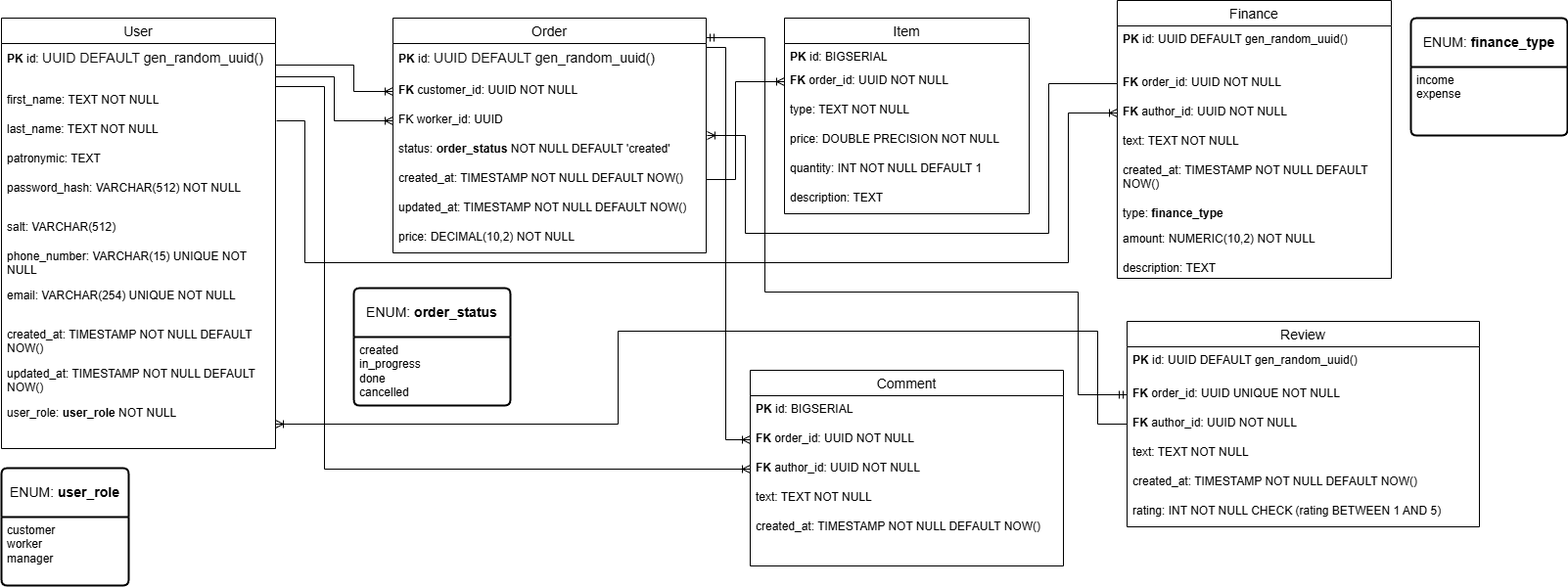
moevm/nsql1h26-tailor keeps this draw.io diagram as docs/assets/er_sql.png. Above is the earlier version. Source tidied: cells renumbered, new cells last; positions are measured from the earlier drawing's top-left corner, leaving out a move shared by most shapes.
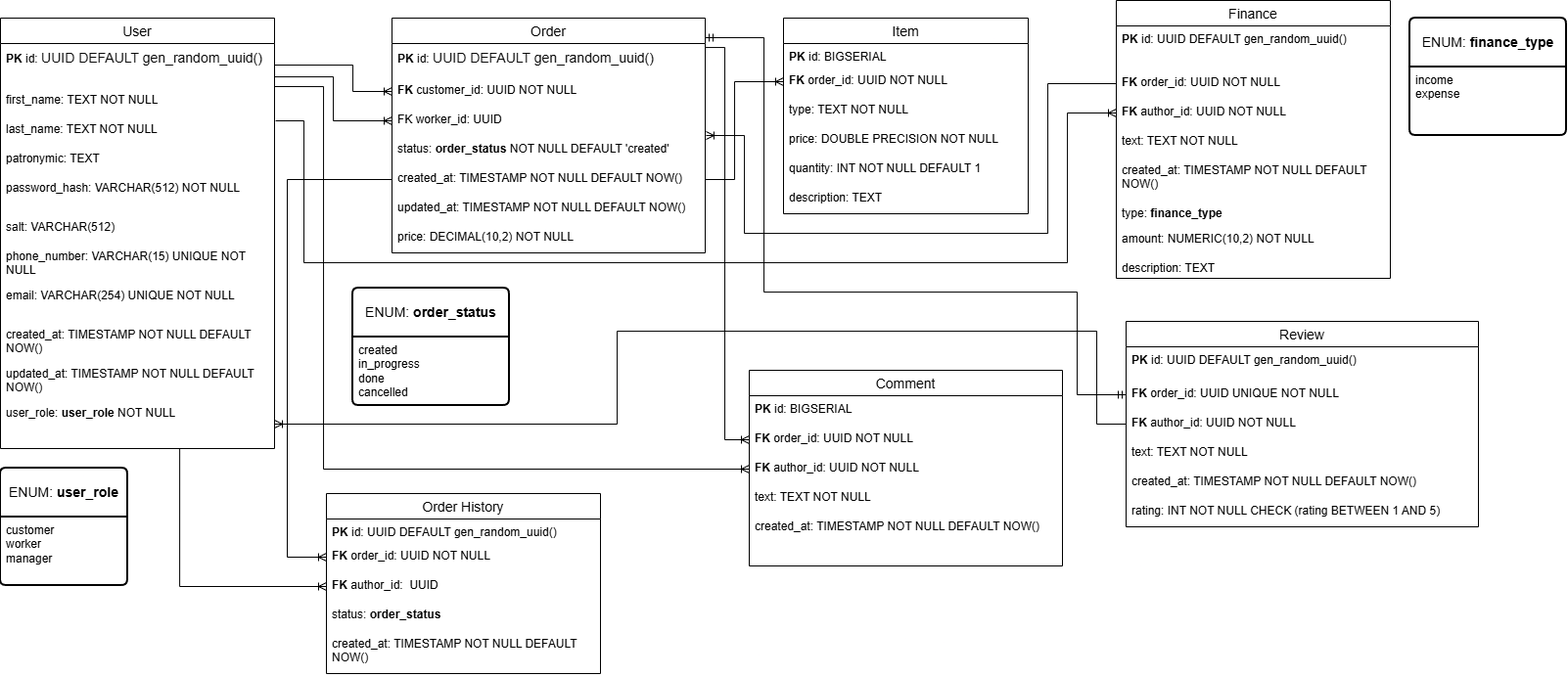
Above is the later version.

Commit message:
added one table for order status history

What changed in the source:
```diff
@@ -252,5 +252,38 @@
         </Array>
       </mxGeometry>
     </mxCell>
+    <mxCell id="66" value="Order History" style="swimlane;fontStyle=0;horizontal=1;startSize=26;align=center;fontSize=14;" parent="1" vertex="1">
+      <mxGeometry x="333" y="504" width="280" height="184" as="geometry" />
+    </mxCell>
+    <mxCell id="67" value="&lt;b&gt;PK&lt;/b&gt; id: UUID DEFAULT gen_random_uuid()&amp;nbsp;" style="text;strokeColor=none;fillColor=none;spacingLeft=4;spacingRight=4;overflow=hidden;fontSize=12;whiteSpace=wrap;html=1;" parent="66" vertex="1">
+      <mxGeometry y="26" width="280" height="24" as="geometry" />
+    </mxCell>
+    <mxCell id="68" value="&lt;b&gt;FK&lt;/b&gt; order_id: UUID NOT NULL" style="text;strokeColor=none;fillColor=none;spacingLeft=4;spacingRight=4;overflow=hidden;points=[[0,0.5],[1,0.5]];portConstraint=eastwest;fontSize=12;whiteSpace=wrap;html=1;" parent="66" vertex="1">
+      <mxGeometry y="50" width="280" height="30" as="geometry" />
+    </mxCell>
+    <mxCell id="69" value="&lt;b&gt;FK&lt;/b&gt;&amp;nbsp;author_id:&amp;nbsp; UUID" style="text;strokeColor=none;fillColor=none;spacingLeft=4;spacingRight=4;overflow=hidden;points=[[0,0.5],[1,0.5]];portConstraint=eastwest;fontSize=12;whiteSpace=wrap;html=1;" parent="66" vertex="1">
+      <mxGeometry y="80" width="280" height="30" as="geometry" />
+    </mxCell>
+    <mxCell id="70" value="status: &lt;b&gt;order_status&lt;/b&gt;" style="text;strokeColor=none;fillColor=none;spacingLeft=4;spacingRight=4;overflow=hidden;fontSize=12;whiteSpace=wrap;html=1;" parent="66" vertex="1">
+      <mxGeometry y="110" width="280" height="30" as="geometry" />
+    </mxCell>
+    <mxCell id="71" value="created_at: TIMESTAMP NOT NULL DEFAULT NOW()" style="text;strokeColor=none;fillColor=none;spacingLeft=4;spacingRight=4;overflow=hidden;fontSize=12;whiteSpace=wrap;html=1;" parent="66" vertex="1">
+      <mxGeometry y="140" width="280" height="44" as="geometry" />
+    </mxCell>
+    <mxCell id="72" style="edgeStyle=orthogonalEdgeStyle;fontSize=12;html=1;endArrow=ERoneToMany;rounded=0;entryX=0;entryY=0.5;entryDx=0;entryDy=0;exitX=0;exitY=0.5;exitDx=0;exitDy=0;" parent="1" edge="1" source="19" target="68">
+      <mxGeometry relative="1" as="geometry">
+        <Array as="points">
+          <mxPoint x="293" y="183" />
+          <mxPoint x="293" y="569" />
+        </Array>
+      </mxGeometry>
+    </mxCell>
+    <mxCell id="73" style="edgeStyle=orthogonalEdgeStyle;fontSize=12;html=1;endArrow=ERoneToMany;rounded=0;entryX=0;entryY=0.5;entryDx=0;entryDy=0;exitX=0.654;exitY=0.993;exitDx=0;exitDy=0;exitPerimeter=0;" parent="1" edge="1" source="13" target="69">
+      <mxGeometry relative="1" as="geometry">
+        <Array as="points">
+          <mxPoint x="183" y="599" />
+        </Array>
+      </mxGeometry>
+    </mxCell>
   </root>
 </mxGraphModel>
```
